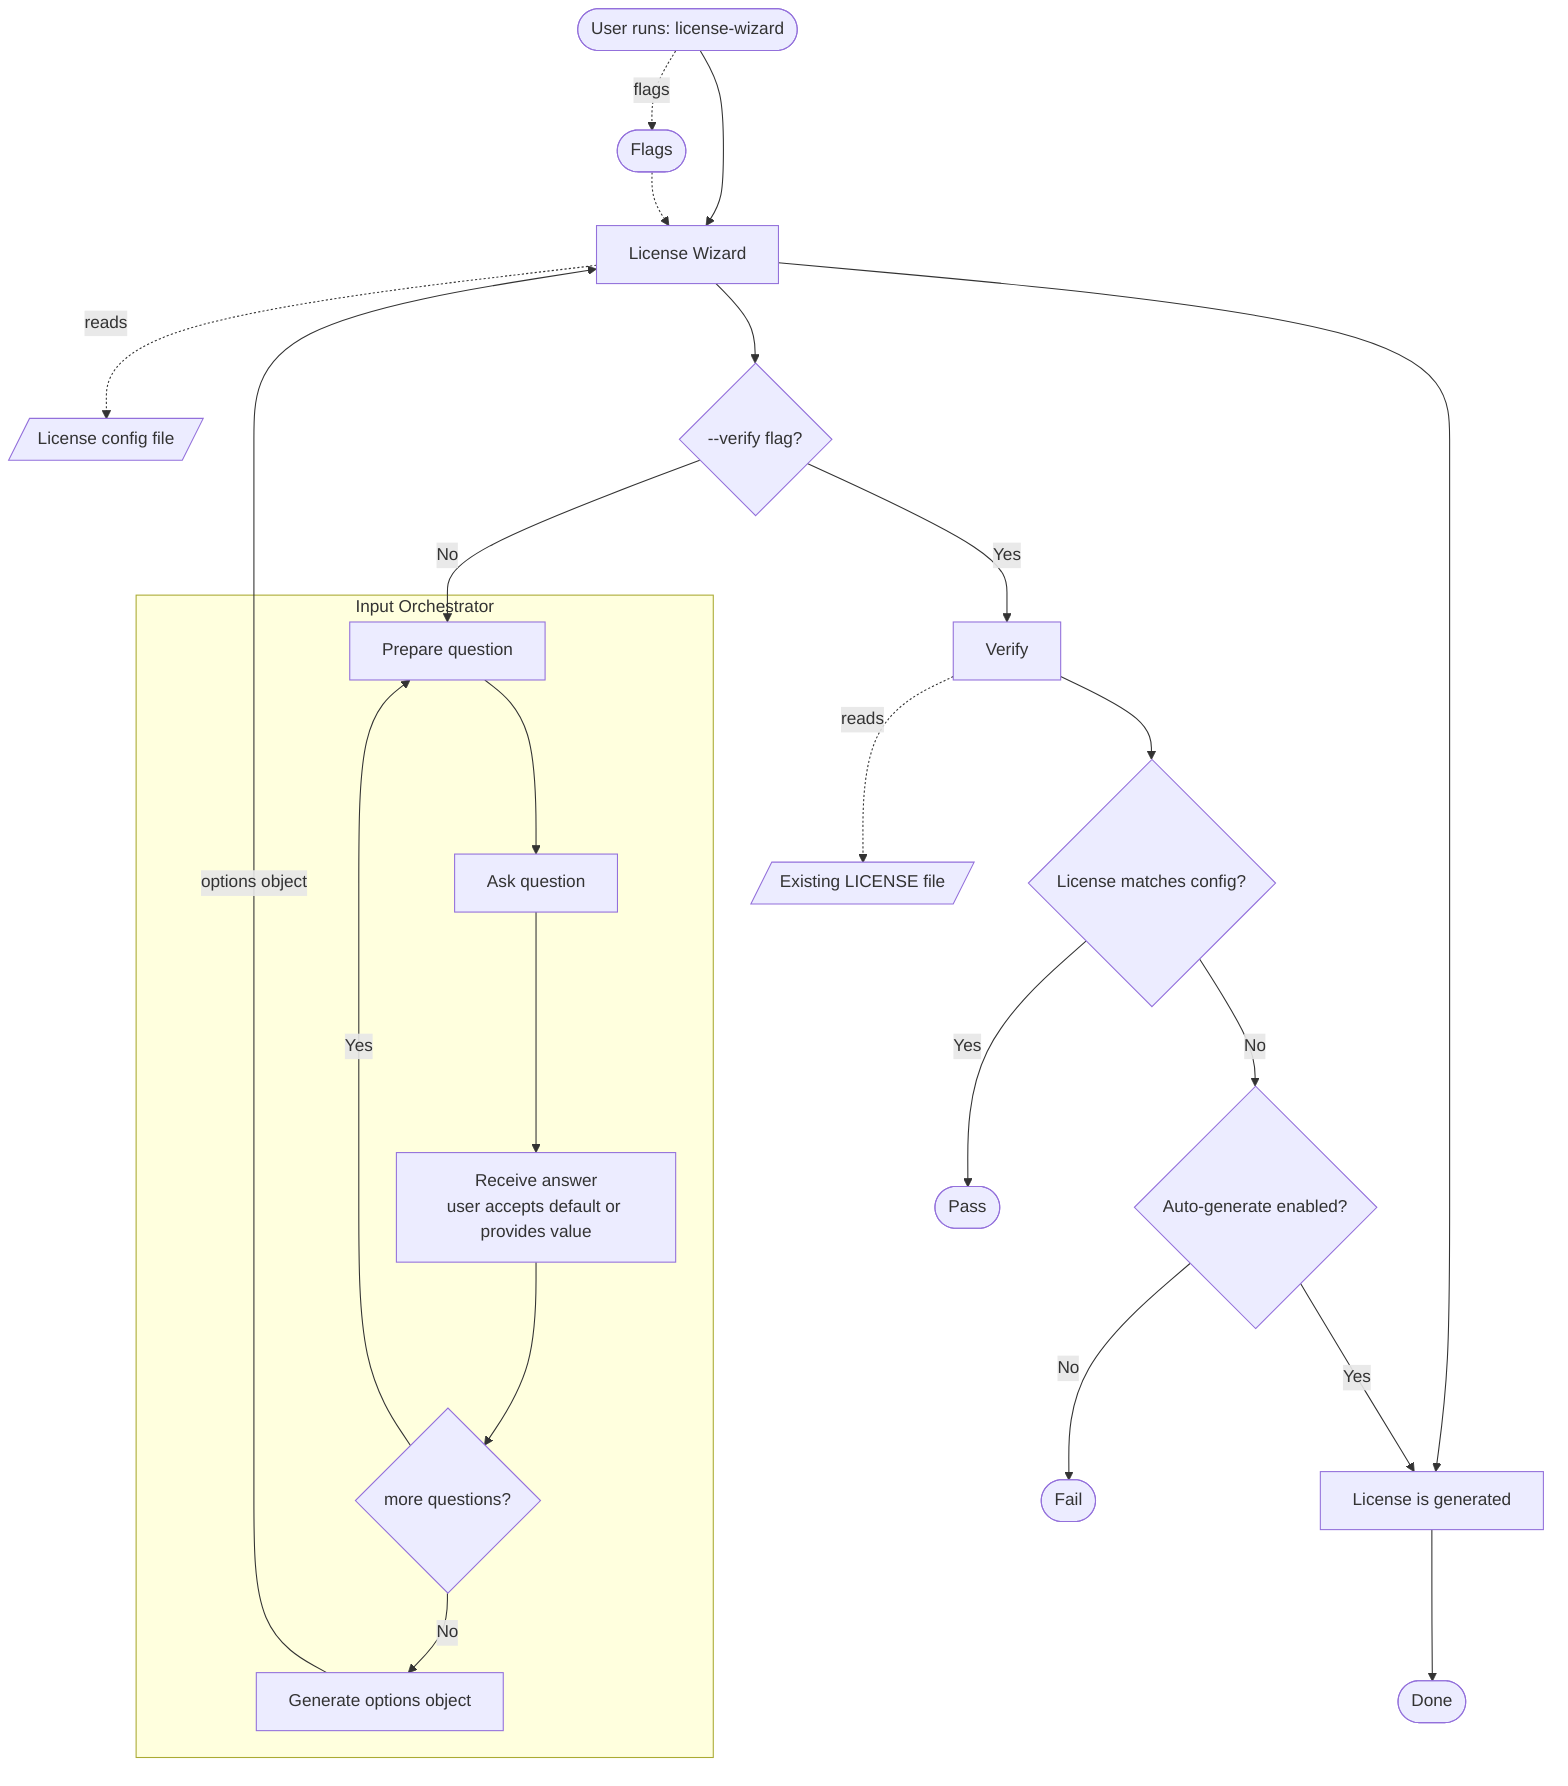
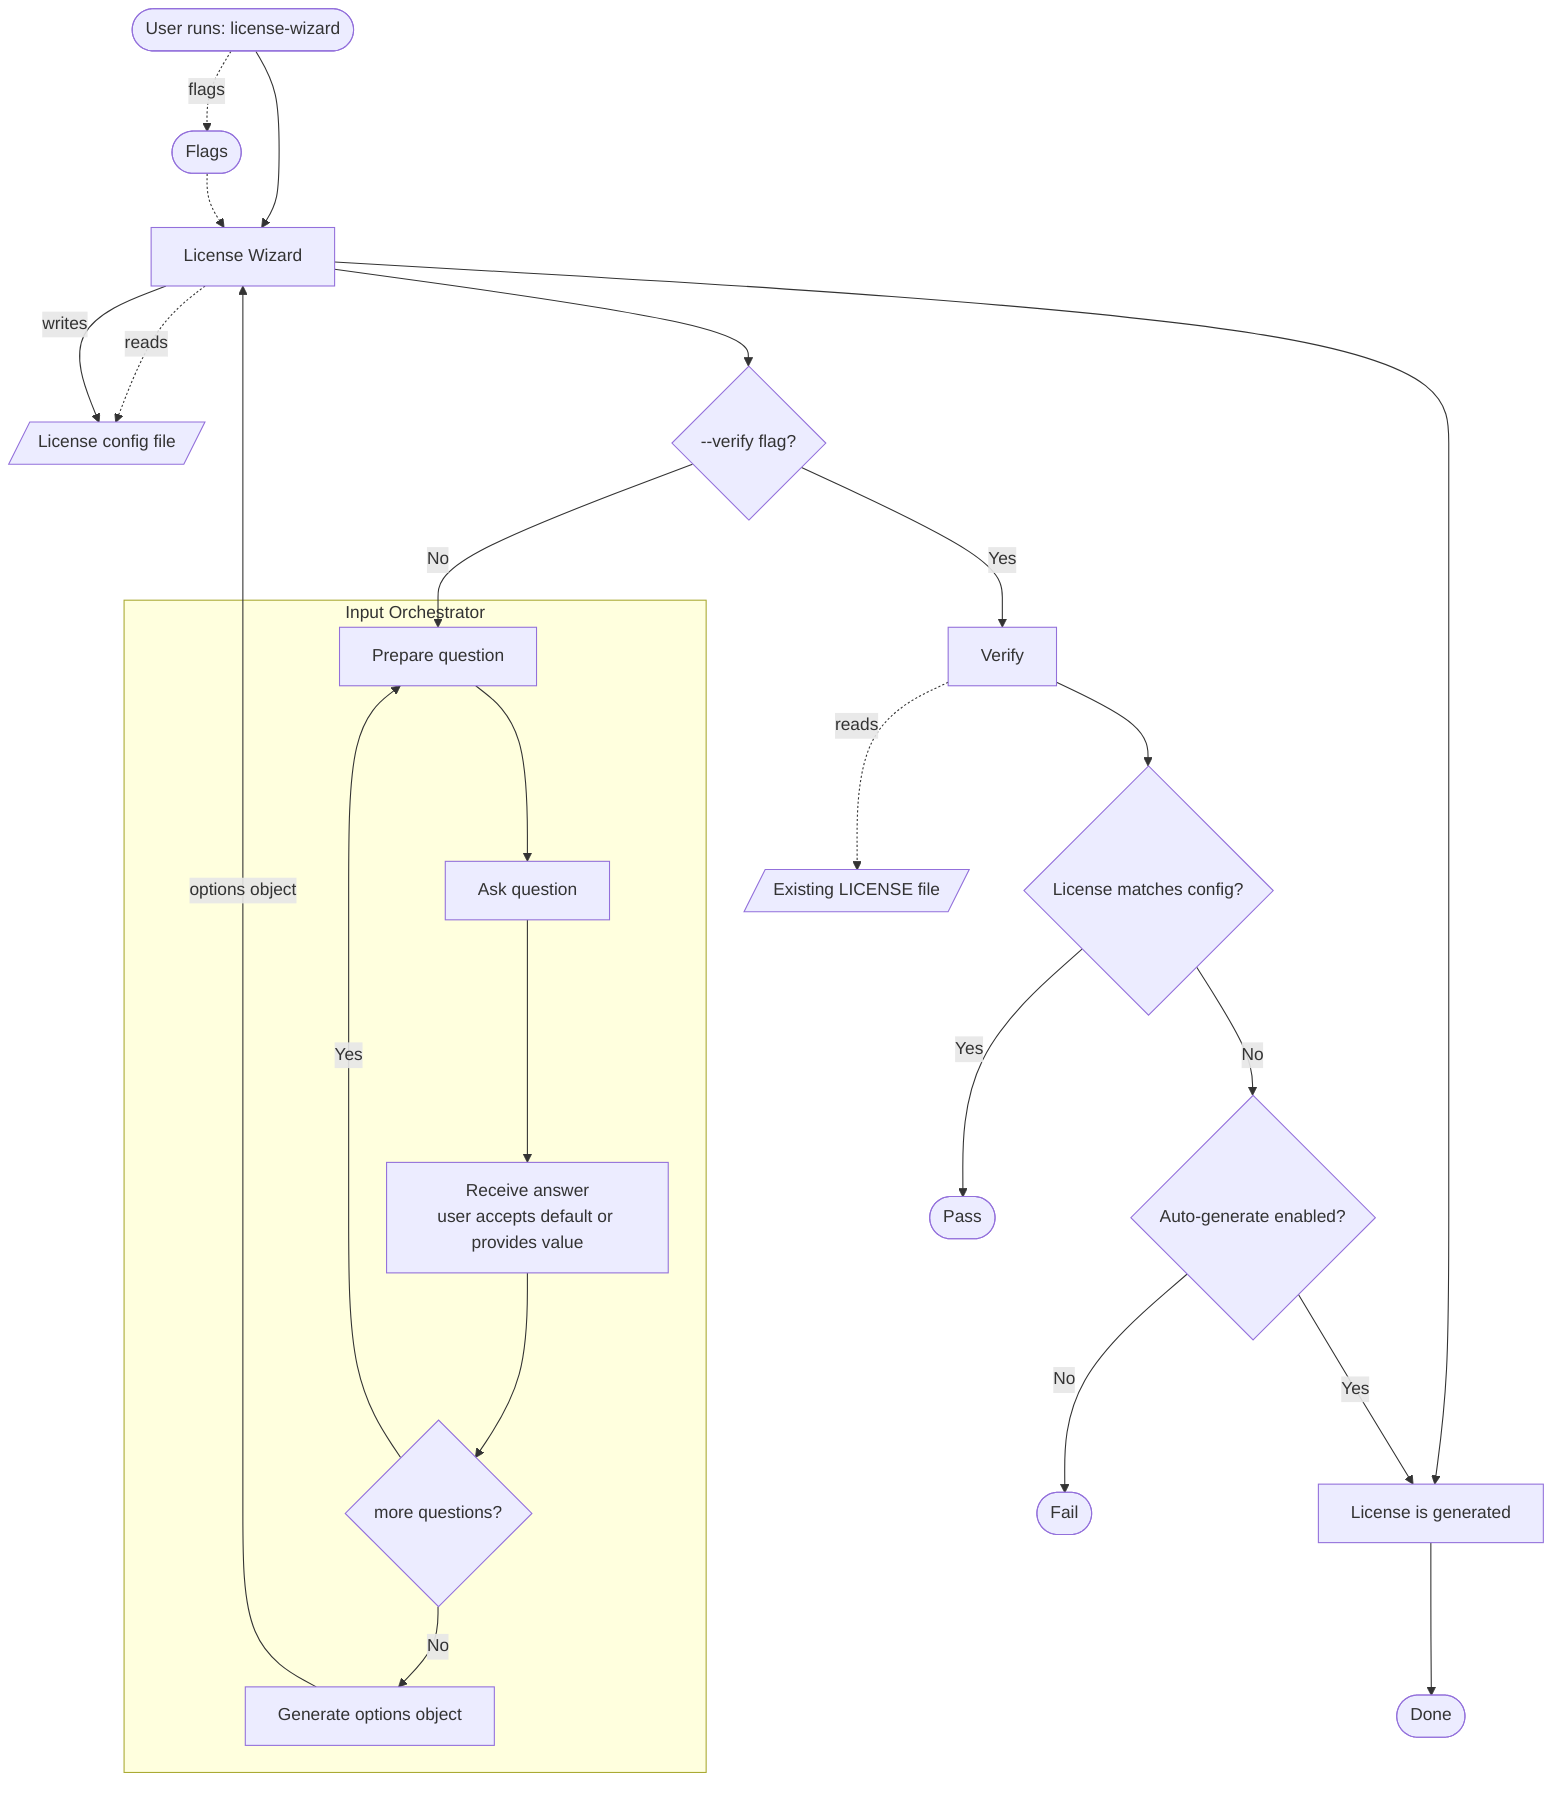
flowchart TD
    A([User runs: license-wizard]) --> LW[License Wizard]
    A -.->|flags| FL([Flags])
    FL -.-> LW
    LW -.->|reads| LC[/License config file/]

    LW --> M{--verify flag?}

    %% ─── Interactive / generation path ───
    M -->|No| C

    subgraph IO [Input Orchestrator]
        C[Prepare question]
        C --> D[Ask question]
        D --> E[Receive answer<br/>user accepts default or provides value]
        E --> F{more questions?}
        F -->|Yes| C
        F -->|No| OG[Generate options object]
    end

    OG -->|options object| LW
+     LW -->|writes| LC
    LW --> G[License is generated]
    G --> H([Done])

    %% ─── Verification path ───
    M -->|Yes| V[Verify]
    V -.->|reads| EL[/Existing LICENSE file/]
    V --> R{License matches config?}
    R -->|Yes| PASS([Pass])
    R -->|No| AG{Auto-generate enabled?}
    AG -->|Yes| G
    AG -->|No| FAIL([Fail])
